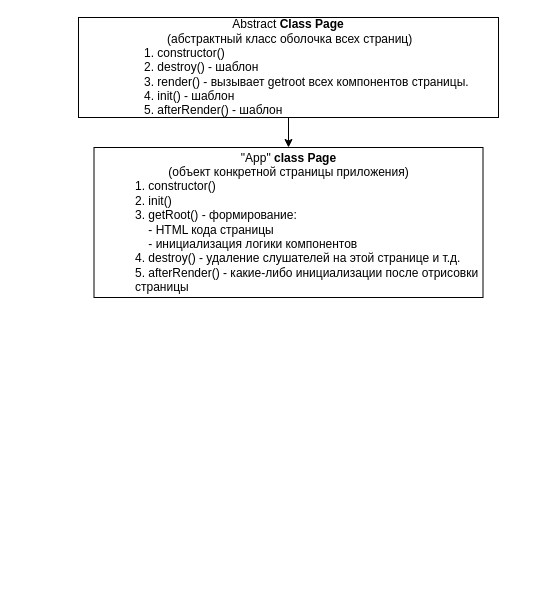
OlegRnd/tic-tac-toe keeps this draw.io diagram as page "Прорисовка страниц" (6 of 8) of TictacToe.drawio. Above is the earlier version. Source tidied: cells renumbered, new cells numbered last; positions are measured from the earlier drawing's top-left corner, leaving out a move shared by most shapes. Both pictures are drawn from the tidied source at 100%, with x=0, y=0 at pixel (78, 17).
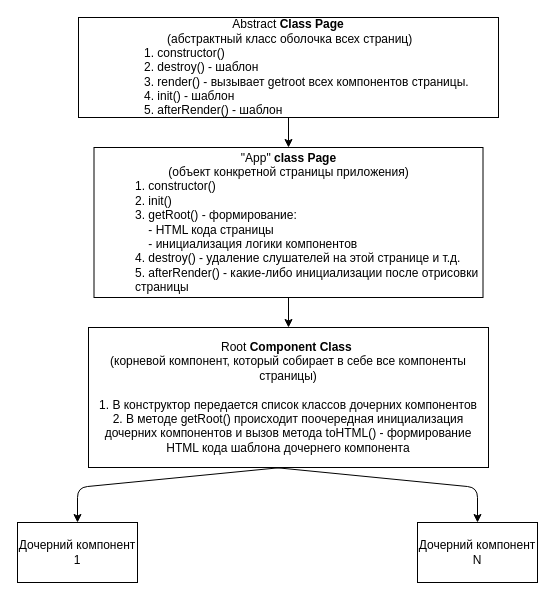
The same page after the edit.

Change to the diagram source:
```diff
@@
 <mxGraphModel>
   <root>
     <mxCell id="0" />
     <mxCell id="1" parent="0" />
     <mxCell id="2" style="edgeStyle=orthogonalEdgeStyle;rounded=0;jettySize=auto;html=1;" parent="1" edge="1" source="3" target="4">
       <mxGeometry relative="1" as="geometry" />
     </mxCell>
     <mxCell id="3" value="Abstract &lt;b&gt;Class Page&lt;/b&gt;&lt;br&gt;&amp;nbsp;(абстрактный класс оболочка всех страниц)&lt;br&gt;&lt;blockquote style=&quot;margin: 0 0 0 40px ; border: none ; padding: 0px&quot;&gt;&lt;div style=&quot;text-align: left&quot;&gt;&lt;span&gt;1. constructor()&lt;/span&gt;&lt;/div&gt;&lt;div style=&quot;text-align: left&quot;&gt;&lt;span&gt;2. destroy() - шаблон&lt;/span&gt;&lt;/div&gt;&lt;div style=&quot;text-align: left&quot;&gt;&lt;span&gt;3. render() - вызывает getroot всех компонентов страницы.&amp;nbsp;&lt;/span&gt;&lt;/div&gt;&lt;div style=&quot;text-align: left&quot;&gt;&lt;span&gt;4. init() - шаблон&lt;/span&gt;&lt;/div&gt;&lt;div style=&quot;text-align: left&quot;&gt;&lt;span&gt;5. afterRender() - шаблон&lt;/span&gt;&lt;/div&gt;&lt;/blockquote&gt;" style="rounded=0;whiteSpace=wrap;html=1;fillColor=none;" parent="1" vertex="1">
       <mxGeometry width="420" height="100" as="geometry" />
     </mxCell>
+    <mxCell id="5" style="edgeStyle=orthogonalEdgeStyle;rounded=0;jettySize=auto;html=1;" parent="1" edge="1" source="4" target="6">
+      <mxGeometry relative="1" as="geometry" />
+    </mxCell>
     <mxCell id="4" value="&quot;App&quot; &lt;b&gt;class Page&lt;/b&gt;&lt;br&gt;(объект конкретной страницы приложения)&lt;br&gt;&lt;blockquote style=&quot;margin: 0 0 0 40px ; border: none ; padding: 0px&quot;&gt;&lt;div style=&quot;text-align: left&quot;&gt;&lt;span&gt;1. constructor()&lt;/span&gt;&lt;/div&gt;&lt;div style=&quot;text-align: left&quot;&gt;&lt;span&gt;2. init()&lt;/span&gt;&lt;/div&gt;&lt;div style=&quot;text-align: left&quot;&gt;&lt;span&gt;3. getRoot() -&amp;nbsp;&lt;/span&gt;&lt;span&gt;формирование:&lt;/span&gt;&lt;/div&gt;&lt;div style=&quot;text-align: left&quot;&gt;&lt;span&gt;&amp;nbsp; &amp;nbsp; - HTML кода страницы&amp;nbsp;&lt;/span&gt;&lt;/div&gt;&lt;div style=&quot;text-align: left&quot;&gt;&amp;nbsp; &amp;nbsp; - инициализация логики компонентов&lt;/div&gt;&lt;div style=&quot;text-align: left&quot;&gt;&lt;span&gt;4. destroy() - удаление слушателей на этой странице и т.д.&lt;/span&gt;&lt;/div&gt;&lt;div style=&quot;text-align: left&quot;&gt;&lt;span&gt;5. afterRender() - какие-либо инициализации после отрисовки страницы&lt;/span&gt;&lt;/div&gt;&lt;/blockquote&gt;" style="rounded=0;whiteSpace=wrap;html=1;fillColor=none;" parent="1" vertex="1">
       <mxGeometry x="15.5" y="130" width="389" height="150" as="geometry" />
     </mxCell>
+    <mxCell id="6" value="Root &lt;b&gt;Component Class&amp;nbsp;&lt;/b&gt;&lt;br&gt;(корневой компонент, который собирает в себе все компоненты страницы)&lt;br&gt;&lt;br&gt;1. В конструктор передается список классов дочерних компонентов&lt;br&gt;2. В методе getRoot() происходит поочередная инициализация дочерних компонентов и вызов метода toHTML() - формирование HTML кода шаблона дочернего компонента" style="whiteSpace=wrap;html=1;rounded=0;fillColor=none;" parent="1" vertex="1">
+      <mxGeometry x="10" y="310" width="400" height="140" as="geometry" />
+    </mxCell>
+    <mxCell id="7" value="Дочерний компонент 1" style="rounded=0;whiteSpace=wrap;html=1;fillColor=none;" parent="1" vertex="1">
+      <mxGeometry x="-61" y="505" width="120" height="60" as="geometry" />
+    </mxCell>
+    <mxCell id="8" style="endArrow=classic;html=1;exitX=0.483;exitY=1;exitDx=0;exitDy=0;exitPerimeter=0;entryX=0.5;entryY=0;entryDx=0;entryDy=0;" parent="1" edge="1" source="6" target="7">
+      <mxGeometry relative="1" as="geometry">
+        <Array as="points">
+          <mxPoint x="-1" y="470" />
+        </Array>
+      </mxGeometry>
+    </mxCell>
+    <mxCell id="9" value="Дочерний компонент N" style="rounded=0;whiteSpace=wrap;html=1;fillColor=none;" parent="1" vertex="1">
+      <mxGeometry x="339" y="505" width="120" height="60" as="geometry" />
+    </mxCell>
+    <mxCell id="10" style="endArrow=classic;html=1;entryX=0.5;entryY=0;entryDx=0;entryDy=0;" parent="1" edge="1" target="9">
+      <mxGeometry relative="1" as="geometry">
+        <mxPoint x="196" y="450" as="sourcePoint" />
+        <Array as="points">
+          <mxPoint x="399" y="470" />
+        </Array>
+      </mxGeometry>
+    </mxCell>
   </root>
 </mxGraphModel>
```
